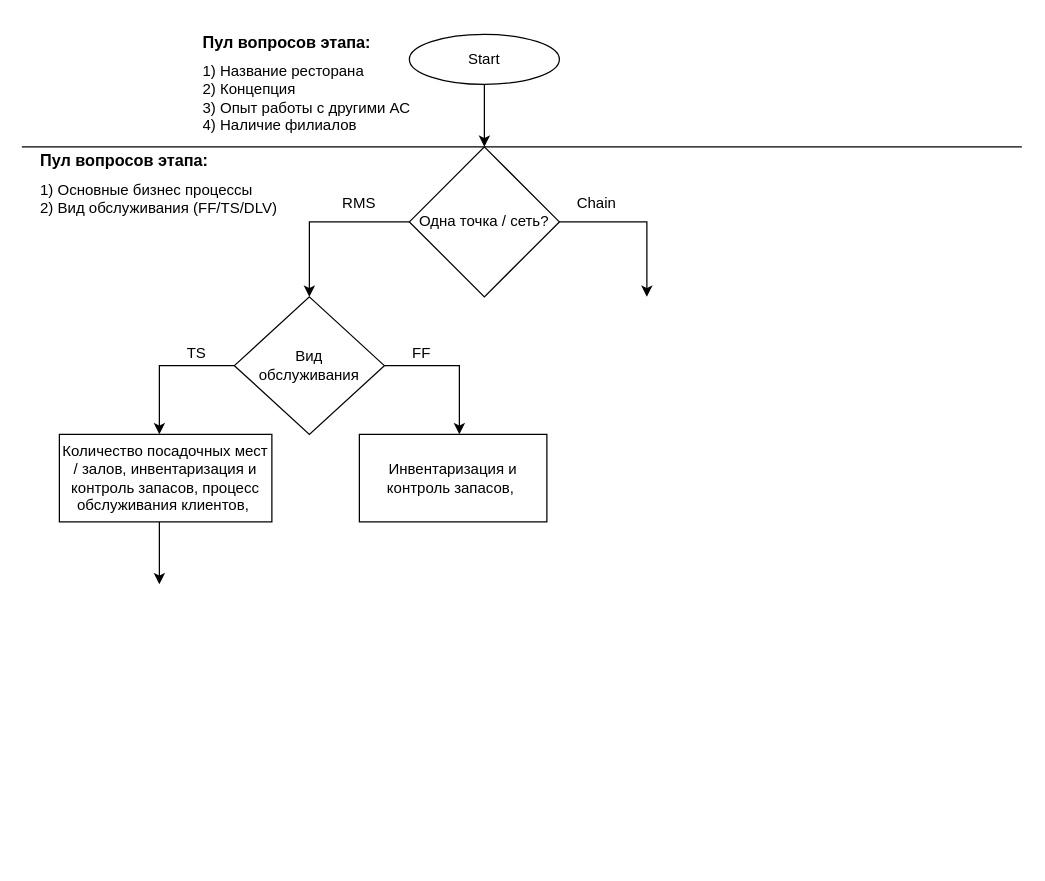
Earlier version of the draw.io diagram Диаграмма без названия.drawio (Luckybuzzzz/multibit). Source tidied: cells renumbered, new cells numbered last; positions are measured from the earlier drawing's top-left corner, leaving out a move shared by most shapes. Both pictures are drawn from the tidied source at 125%, with x=0, y=0 at pixel (21, 34).
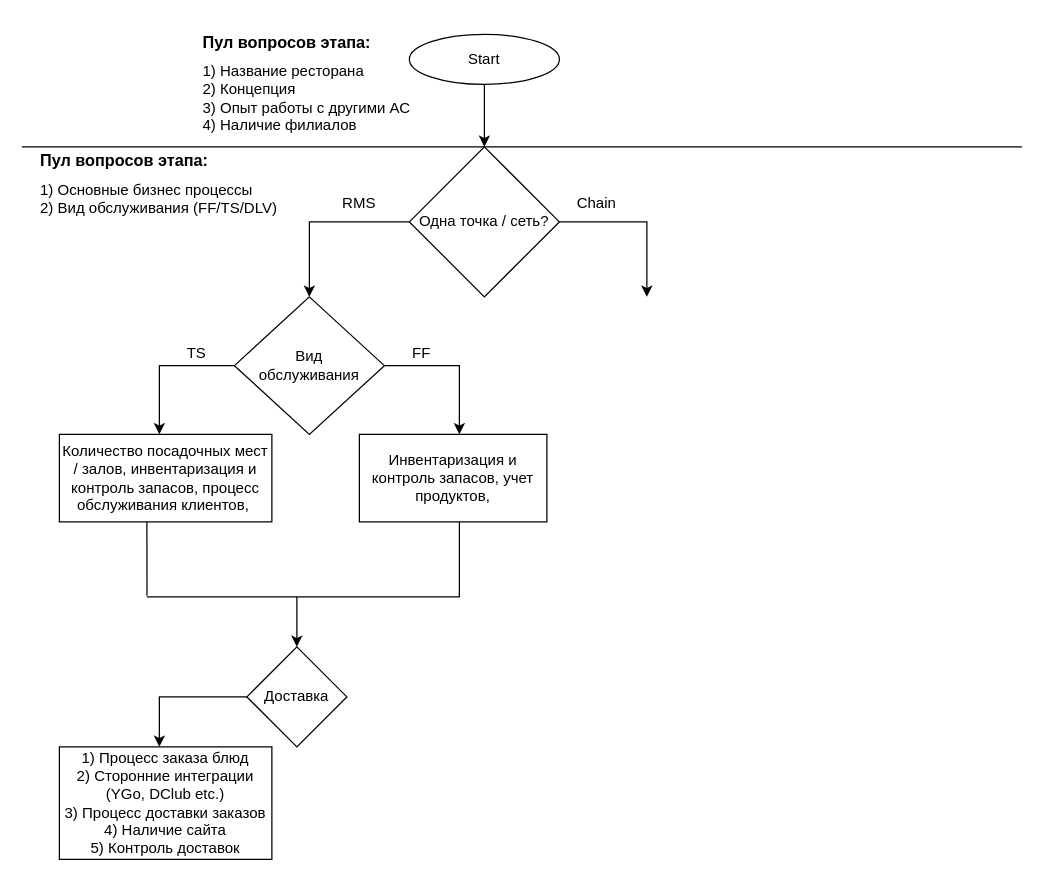
Above is the later version.

What changed in the source:
```diff
@@
-    <mxCell id="18" style="endArrow=classic;html=1;rounded=0;exitX=0.5;exitY=1;exitDx=0;exitDy=0;" parent="1" edge="1">
-      <mxGeometry relative="1" as="geometry">
-        <mxPoint x="110" y="390" as="sourcePoint" />
-        <mxPoint x="110" y="440" as="targetPoint" />
-      </mxGeometry>
-    </mxCell>
@@
-    <mxCell id="20" value="Инвентаризация и контроль запасов,&amp;nbsp;" style="rounded=0;whiteSpace=wrap;html=1;" parent="1" vertex="1">
+    <mxCell id="20" value="Инвентаризация и контроль запасов, учет продуктов," style="rounded=0;whiteSpace=wrap;html=1;" parent="1" vertex="1">
       <mxGeometry x="270" y="320" width="150" height="70" as="geometry" />
     </mxCell>
+    <mxCell id="21" style="endArrow=none;html=1;rounded=0;entryX=0.5;entryY=1;entryDx=0;entryDy=0;" parent="1" edge="1">
+      <mxGeometry relative="1" as="geometry">
+        <mxPoint x="100" y="450" as="sourcePoint" />
+        <mxPoint x="350" y="390" as="targetPoint" />
+        <Array as="points">
+          <mxPoint x="350" y="450" />
+        </Array>
+      </mxGeometry>
+    </mxCell>
+    <mxCell id="22" style="endArrow=none;html=1;rounded=0;entryX=0.429;entryY=1.014;entryDx=0;entryDy=0;entryPerimeter=0;" parent="1" edge="1">
+      <mxGeometry relative="1" as="geometry">
+        <mxPoint x="100.1" y="449" as="sourcePoint" />
+        <mxPoint x="100" y="390" as="targetPoint" />
+      </mxGeometry>
+    </mxCell>
+    <mxCell id="23" style="endArrow=classic;html=1;rounded=0;" parent="1" edge="1">
+      <mxGeometry relative="1" as="geometry">
+        <mxPoint x="220" y="450" as="sourcePoint" />
+        <mxPoint x="220" y="490" as="targetPoint" />
+      </mxGeometry>
+    </mxCell>
+    <mxCell id="24" value="Доставка" style="rhombus;whiteSpace=wrap;html=1;" parent="1" vertex="1">
+      <mxGeometry x="180" y="490" width="80" height="80" as="geometry" />
+    </mxCell>
+    <mxCell id="25" style="endArrow=classic;html=1;rounded=0;exitX=0;exitY=0.5;exitDx=0;exitDy=0;" parent="1" edge="1" source="24">
+      <mxGeometry relative="1" as="geometry">
+        <mxPoint x="110" y="570" as="targetPoint" />
+        <Array as="points">
+          <mxPoint x="110" y="530" />
+        </Array>
+      </mxGeometry>
+    </mxCell>
+    <mxCell id="26" value="1) Процесс заказа блюд&lt;br&gt;2) Сторонние интеграции (YGo, DClub etc.)&lt;br&gt;3) Процесс доставки заказов&lt;br&gt;4) Наличие сайта&lt;br&gt;5) Контроль доставок" style="rounded=0;whiteSpace=wrap;html=1;" parent="1" vertex="1">
+      <mxGeometry x="30" y="570" width="170" height="90" as="geometry" />
+    </mxCell>
```
